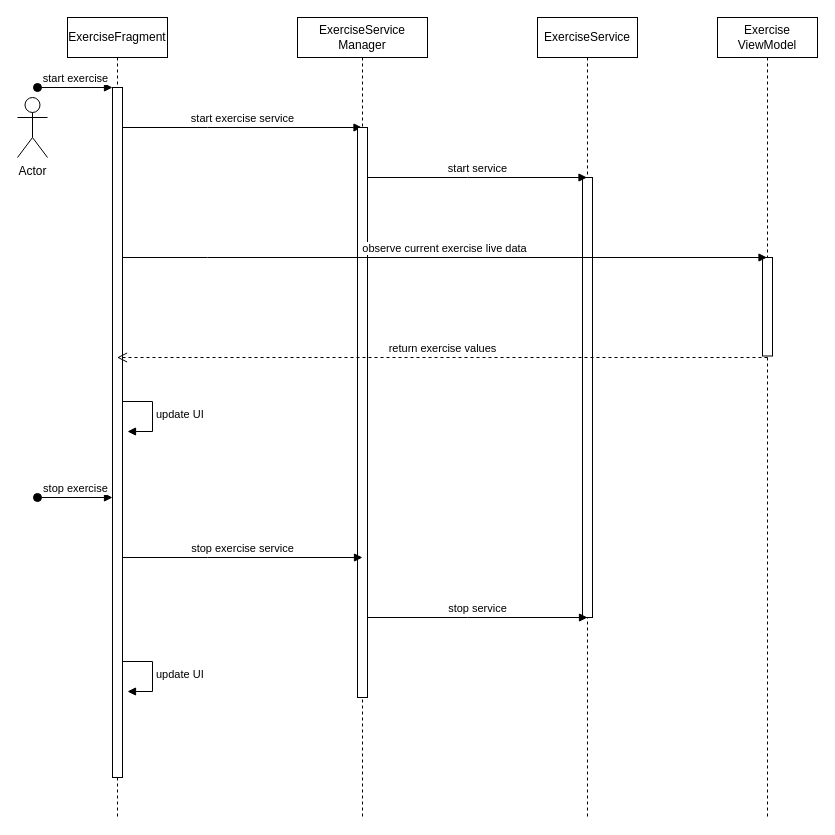
This is my-thesis/diagrams/start-ex-frag.drawio from ba-nhermanto/thesis, a draw.io file, before an edit. Source tidied: cells renumbered, new cells numbered last; positions are measured from the earlier drawing's top-left corner, leaving out a move shared by most shapes. Both pictures are drawn from the tidied source at 100%, with x=0, y=0 at pixel (17, 17).
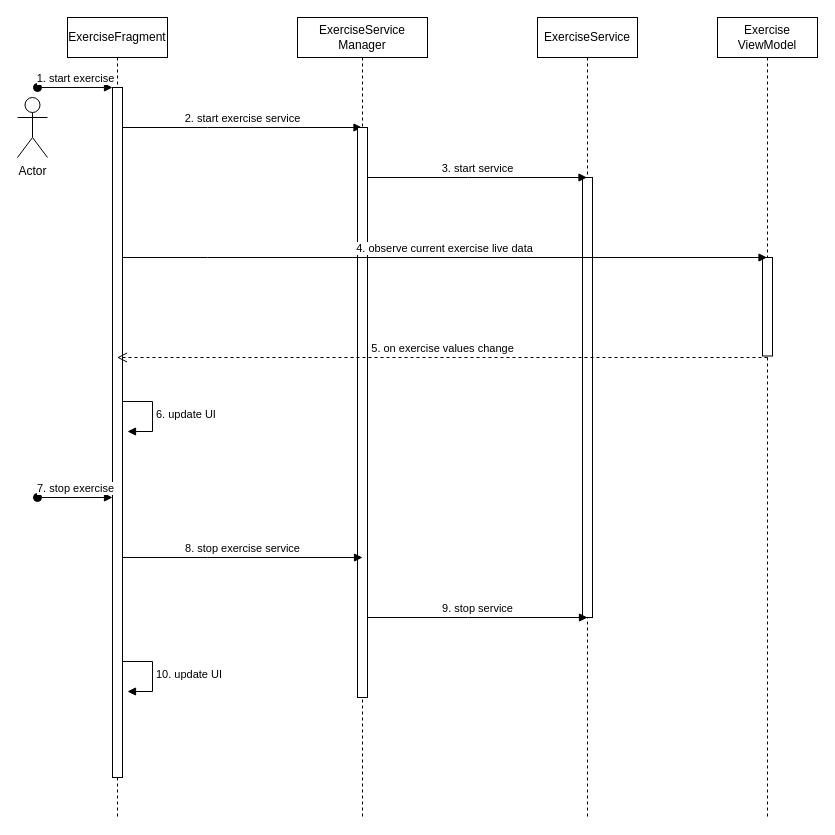
After the change.

Unchanged cells that the change refers to:
```xml
<mxCell id="2" value="ExerciseFragment" style="shape=umlLifeline;perimeter=lifelinePerimeter;whiteSpace=wrap;html=1;outlineConnect=0;portConstraint=eastwest;newEdgeStyle={&quot;edgeStyle&quot;:&quot;elbowEdgeStyle&quot;,&quot;elbow&quot;:&quot;vertical&quot;,&quot;curved&quot;:0,&quot;rounded&quot;:0};" parent="1" vertex="1">
  <mxGeometry x="50" width="100" height="800" as="geometry" />
</mxCell>
<mxCell id="3" style="html=1;points=[];perimeter=orthogonalPerimeter;outlineConnect=0;targetShapes=umlLifeline;portConstraint=eastwest;newEdgeStyle={&quot;edgeStyle&quot;:&quot;elbowEdgeStyle&quot;,&quot;elbow&quot;:&quot;vertical&quot;,&quot;curved&quot;:0,&quot;rounded&quot;:0};" parent="2" vertex="1">
  <mxGeometry x="45" y="70" width="10" height="690" as="geometry" />
</mxCell>
<mxCell id="8" value="ExerciseService&lt;br&gt;Manager" style="shape=umlLifeline;perimeter=lifelinePerimeter;whiteSpace=wrap;html=1;outlineConnect=0;portConstraint=eastwest;newEdgeStyle={&quot;edgeStyle&quot;:&quot;elbowEdgeStyle&quot;,&quot;elbow&quot;:&quot;vertical&quot;,&quot;curved&quot;:0,&quot;rounded&quot;:0};" parent="1" vertex="1">
  <mxGeometry x="280" width="130" height="800" as="geometry" />
</mxCell>
<mxCell id="9" style="html=1;points=[];perimeter=orthogonalPerimeter;outlineConnect=0;targetShapes=umlLifeline;portConstraint=eastwest;newEdgeStyle={&quot;edgeStyle&quot;:&quot;elbowEdgeStyle&quot;,&quot;elbow&quot;:&quot;vertical&quot;,&quot;curved&quot;:0,&quot;rounded&quot;:0};" parent="8" vertex="1">
  <mxGeometry x="60" y="110" width="10" height="570" as="geometry" />
</mxCell>
<mxCell id="10" value="ExerciseService" style="shape=umlLifeline;perimeter=lifelinePerimeter;whiteSpace=wrap;html=1;outlineConnect=0;portConstraint=eastwest;newEdgeStyle={&quot;edgeStyle&quot;:&quot;elbowEdgeStyle&quot;,&quot;elbow&quot;:&quot;vertical&quot;,&quot;curved&quot;:0,&quot;rounded&quot;:0};" parent="1" vertex="1">
  <mxGeometry x="520" width="100" height="800" as="geometry" />
</mxCell>
<mxCell id="14" value="Exercise&lt;br&gt;ViewModel" style="shape=umlLifeline;perimeter=lifelinePerimeter;whiteSpace=wrap;html=1;outlineConnect=0;portConstraint=eastwest;newEdgeStyle={&quot;edgeStyle&quot;:&quot;elbowEdgeStyle&quot;,&quot;elbow&quot;:&quot;vertical&quot;,&quot;curved&quot;:0,&quot;rounded&quot;:0};" parent="1" vertex="1">
  <mxGeometry x="700" width="100" height="800" as="geometry" />
</mxCell>
```

What changed in the source:
```diff
@@
-    <mxCell id="4" value="start exercise" style="html=1;verticalAlign=bottom;startArrow=oval;endArrow=block;startSize=8;edgeStyle=elbowEdgeStyle;elbow=vertical;curved=0;rounded=0;" parent="2" edge="1" target="3">
+    <mxCell id="4" value="1. start exercise" style="html=1;verticalAlign=bottom;startArrow=oval;endArrow=block;startSize=8;edgeStyle=elbowEdgeStyle;elbow=vertical;curved=0;rounded=0;" parent="2" edge="1" target="3">
       <mxGeometry relative="1" as="geometry">
         <mxPoint x="-30" y="70" as="sourcePoint" />
       </mxGeometry>
     </mxCell>
-    <mxCell id="5" value="update UI" style="html=1;align=left;spacingLeft=2;endArrow=block;rounded=0;edgeStyle=orthogonalEdgeStyle;curved=0;rounded=0;" parent="2" edge="1">
+    <mxCell id="5" value="6. update UI" style="html=1;align=left;spacingLeft=2;endArrow=block;rounded=0;edgeStyle=orthogonalEdgeStyle;curved=0;rounded=0;" parent="2" edge="1">
       <mxGeometry relative="1" as="geometry">
         <mxPoint x="55" y="384" as="sourcePoint" />
         <mxPoint x="60" y="414" as="targetPoint" />
         <Array as="points">
           <mxPoint x="85" y="414" />
         </Array>
       </mxGeometry>
     </mxCell>
-    <mxCell id="6" value="start exercise service" style="html=1;verticalAlign=bottom;endArrow=block;edgeStyle=elbowEdgeStyle;elbow=horizontal;curved=0;rounded=0;" parent="1" edge="1" target="8">
+    <mxCell id="6" value="2. start exercise service" style="html=1;verticalAlign=bottom;endArrow=block;edgeStyle=elbowEdgeStyle;elbow=horizontal;curved=0;rounded=0;" parent="1" edge="1" target="8">
       <mxGeometry relative="1" as="geometry">
         <mxPoint x="105" y="110" as="sourcePoint" />
         <Array as="points">
           <mxPoint x="190" y="110" />
         </Array>
       </mxGeometry>
     </mxCell>
@@
-    <mxCell id="12" value="start service" style="html=1;verticalAlign=bottom;endArrow=block;edgeStyle=elbowEdgeStyle;elbow=horizontal;curved=0;rounded=0;" parent="1" edge="1" source="9" target="10">
+    <mxCell id="12" value="3. start service" style="html=1;verticalAlign=bottom;endArrow=block;edgeStyle=elbowEdgeStyle;elbow=horizontal;curved=0;rounded=0;" parent="1" edge="1" source="9" target="10">
       <mxGeometry relative="1" as="geometry">
         <Array as="points">
           <mxPoint x="450" y="160" />
         </Array>
       </mxGeometry>
     </mxCell>
-    <mxCell id="13" value="return exercise values" style="html=1;verticalAlign=bottom;endArrow=open;dashed=1;endSize=8;edgeStyle=elbowEdgeStyle;elbow=vertical;curved=0;rounded=0;" parent="1" edge="1" target="2">
+    <mxCell id="13" value="5. on exercise values change" style="html=1;verticalAlign=bottom;endArrow=open;dashed=1;endSize=8;edgeStyle=elbowEdgeStyle;elbow=vertical;curved=0;rounded=0;" parent="1" edge="1" target="2">
       <mxGeometry relative="1" as="geometry">
         <mxPoint x="750" y="340" as="sourcePoint" />
       </mxGeometry>
     </mxCell>
@@
-    <mxCell id="16" value="observe current exercise live data" style="html=1;verticalAlign=bottom;endArrow=block;edgeStyle=elbowEdgeStyle;elbow=horizontal;curved=0;rounded=0;" parent="1" edge="1" target="14">
+    <mxCell id="16" value="4. observe current exercise live data" style="html=1;verticalAlign=bottom;endArrow=block;edgeStyle=elbowEdgeStyle;elbow=horizontal;curved=0;rounded=0;" parent="1" edge="1" target="14">
       <mxGeometry relative="1" as="geometry">
         <mxPoint x="105" y="240" as="sourcePoint" />
         <Array as="points">
           <mxPoint x="190" y="240" />
         </Array>
       </mxGeometry>
     </mxCell>
-    <mxCell id="17" value="stop exercise" style="html=1;verticalAlign=bottom;startArrow=oval;endArrow=block;startSize=8;edgeStyle=elbowEdgeStyle;elbow=vertical;curved=0;rounded=0;" parent="1" edge="1">
+    <mxCell id="17" value="7. stop exercise" style="html=1;verticalAlign=bottom;startArrow=oval;endArrow=block;startSize=8;edgeStyle=elbowEdgeStyle;elbow=vertical;curved=0;rounded=0;" parent="1" edge="1">
       <mxGeometry x="0.01" relative="1" as="geometry">
         <mxPoint x="20" y="480" as="sourcePoint" />
         <mxPoint x="95" y="480" as="targetPoint" />
       </mxGeometry>
     </mxCell>
-    <mxCell id="18" value="stop exercise service" style="html=1;verticalAlign=bottom;endArrow=block;edgeStyle=elbowEdgeStyle;elbow=horizontal;curved=0;rounded=0;" parent="1" edge="1">
+    <mxCell id="18" value="8. stop exercise service" style="html=1;verticalAlign=bottom;endArrow=block;edgeStyle=elbowEdgeStyle;elbow=horizontal;curved=0;rounded=0;" parent="1" edge="1">
       <mxGeometry relative="1" as="geometry">
         <mxPoint x="105" y="540" as="sourcePoint" />
         <mxPoint x="345" y="540" as="targetPoint" />
         <Array as="points">
           <mxPoint x="190" y="540" />
         </Array>
       </mxGeometry>
     </mxCell>
-    <mxCell id="19" value="stop service" style="html=1;verticalAlign=bottom;endArrow=block;edgeStyle=elbowEdgeStyle;elbow=horizontal;curved=0;rounded=0;" parent="1" edge="1">
+    <mxCell id="19" value="9. stop service" style="html=1;verticalAlign=bottom;endArrow=block;edgeStyle=elbowEdgeStyle;elbow=horizontal;curved=0;rounded=0;" parent="1" edge="1">
       <mxGeometry relative="1" as="geometry">
         <mxPoint x="350" y="600" as="sourcePoint" />
         <mxPoint x="570" y="600" as="targetPoint" />
         <Array as="points">
           <mxPoint x="450" y="600" />
         </Array>
       </mxGeometry>
     </mxCell>
-    <mxCell id="20" value="update UI" style="html=1;align=left;spacingLeft=2;endArrow=block;rounded=0;edgeStyle=orthogonalEdgeStyle;curved=0;rounded=0;" parent="1" edge="1">
+    <mxCell id="20" value="10. update UI" style="html=1;align=left;spacingLeft=2;endArrow=block;rounded=0;edgeStyle=orthogonalEdgeStyle;curved=0;rounded=0;" parent="1" edge="1">
       <mxGeometry relative="1" as="geometry">
         <mxPoint x="105" y="644" as="sourcePoint" />
         <mxPoint x="110" y="674" as="targetPoint" />
         <Array as="points">
           <mxPoint x="135" y="674" />
         </Array>
       </mxGeometry>
     </mxCell>
```
